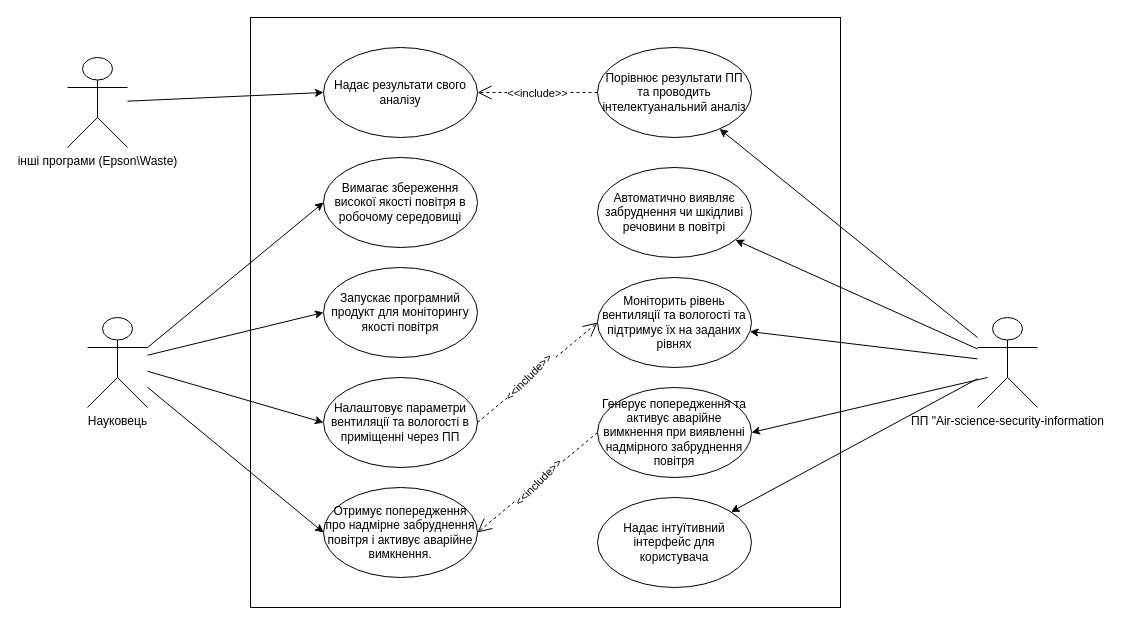
Above: 1-SoftwareRequirements/1.3-SoftwareUserRequirements/1.3.3-UseCaseDiagram/use_case_diagram.drawio in oleksandrblazhko/ai-215-filimonova (draw.io), before the change. Source tidied: cells renumbered, new cells numbered last; positions are measured from the earlier drawing's top-left corner, leaving out a move shared by most shapes. Both pictures are drawn from the tidied source at 100%, with x=0, y=0 at pixel (67, 17).
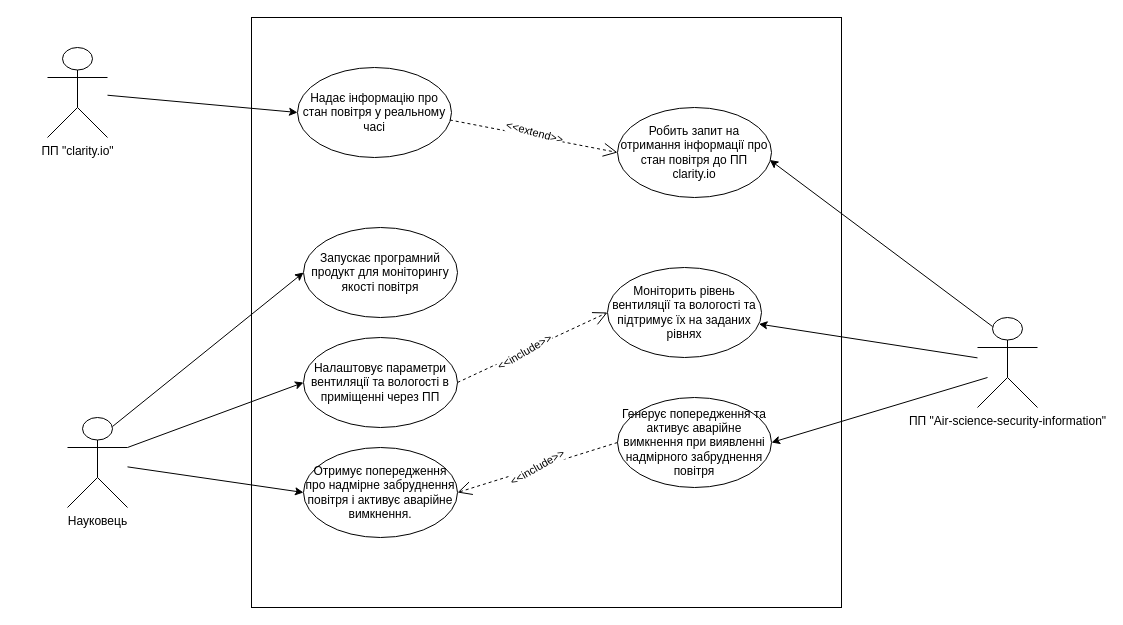
After the change.

The change refers to these unchanged cells:
```xml
<mxCell id="28" style="endArrow=open;endSize=12;dashed=1;html=1;rounded=0;entryX=1;entryY=0.5;entryDx=0;entryDy=0;exitX=0;exitY=0.5;exitDx=0;exitDy=0;" parent="1" edge="1" source="11" target="8">
  <mxGeometry relative="1" as="geometry" />
</mxCell>
<mxCell id="30" style="endArrow=open;endSize=12;dashed=1;html=1;rounded=0;entryX=0;entryY=0.5;entryDx=0;entryDy=0;exitX=1;exitY=0.5;exitDx=0;exitDy=0;" parent="1" edge="1" source="7" target="10">
  <mxGeometry relative="1" as="geometry" />
</mxCell>
```

Diff of the diagram source:
```diff
@@
     <mxCell id="2" style="whiteSpace=wrap;html=1;" parent="1" vertex="1">
-      <mxGeometry x="183" width="590" height="590" as="geometry" />
+      <mxGeometry x="184" width="590" height="590" as="geometry" />
     </mxCell>
     <mxCell id="3" value="Науковець" style="shape=umlActor;verticalLabelPosition=bottom;verticalAlign=top;html=1;outlineConnect=0;" parent="1" vertex="1">
-      <mxGeometry x="20" y="300" width="60" height="90" as="geometry" />
+      <mxGeometry y="400" width="60" height="90" as="geometry" />
     </mxCell>
-    <mxCell id="4" value="ПП &quot;Air-science-security-information" style="shape=umlActor;verticalLabelPosition=bottom;verticalAlign=top;html=1;outlineConnect=0;" parent="1" vertex="1">
+    <mxCell id="4" value="ПП &quot;Air-science-security-information&quot;" style="shape=umlActor;verticalLabelPosition=bottom;verticalAlign=top;html=1;outlineConnect=0;" parent="1" vertex="1">
       <mxGeometry x="910" y="300" width="60" height="90" as="geometry" />
     </mxCell>
-    <mxCell id="5" value="Вимагає збереження високої якості повітря в робочому середовищі" style="ellipse;whiteSpace=wrap;html=1;" parent="1" vertex="1">
-      <mxGeometry x="256" y="140" width="154" height="90" as="geometry" />
-    </mxCell>
     <mxCell id="6" value="Запускає програмний продукт для моніторингу якості повітря" style="ellipse;whiteSpace=wrap;html=1;" parent="1" vertex="1">
-      <mxGeometry x="256" y="250" width="154" height="90" as="geometry" />
+      <mxGeometry x="236" y="210" width="154" height="90" as="geometry" />
     </mxCell>
     <mxCell id="7" value="Налаштовує параметри вентиляції та вологості в приміщенні через ПП" style="ellipse;whiteSpace=wrap;html=1;" parent="1" vertex="1">
-      <mxGeometry x="256" y="360" width="154" height="90" as="geometry" />
+      <mxGeometry x="236" y="320" width="154" height="90" as="geometry" />
     </mxCell>
     <mxCell id="8" value="Отримує попередження про надмірне забруднення повітря і активує аварійне вимкнення." style="ellipse;whiteSpace=wrap;html=1;" parent="1" vertex="1">
-      <mxGeometry x="256" y="470" width="154" height="90" as="geometry" />
+      <mxGeometry x="236" y="430" width="154" height="90" as="geometry" />
     </mxCell>
-    <mxCell id="9" value="Автоматично виявляє забруднення чи шкідливі речовини в повітрі" style="ellipse;whiteSpace=wrap;html=1;" parent="1" vertex="1">
-      <mxGeometry x="530" y="150" width="154" height="90" as="geometry" />
-    </mxCell>
     <mxCell id="10" value="Моніторить рівень вентиляції та вологості та підтримує їх на заданих рівнях" style="ellipse;whiteSpace=wrap;html=1;" parent="1" vertex="1">
-      <mxGeometry x="530" y="260" width="154" height="90" as="geometry" />
+      <mxGeometry x="540" y="250" width="154" height="90" as="geometry" />
     </mxCell>
     <mxCell id="11" value="Генерує попередження та активує аварійне вимкнення при виявленні надмірного забруднення повітря" style="ellipse;whiteSpace=wrap;html=1;" parent="1" vertex="1">
-      <mxGeometry x="530" y="370" width="154" height="90" as="geometry" />
+      <mxGeometry x="550" y="380" width="154" height="90" as="geometry" />
     </mxCell>
-    <mxCell id="12" value="Надає інтуїтивний інтерфейс для користувача" style="ellipse;whiteSpace=wrap;html=1;" parent="1" vertex="1">
-      <mxGeometry x="530" y="480" width="154" height="90" as="geometry" />
-    </mxCell>
-    <mxCell id="13" value="інші програми (Epson\Waste)" style="shape=umlActor;verticalLabelPosition=bottom;verticalAlign=top;html=1;outlineConnect=0;" parent="1" vertex="1">
-      <mxGeometry y="40" width="60" height="90" as="geometry" />
-    </mxCell>
-    <mxCell id="14" value="Порівнює результати ПП та проводить інтелектуанальний аналіз" style="ellipse;whiteSpace=wrap;html=1;" parent="1" vertex="1">
-      <mxGeometry x="530" y="30" width="154" height="90" as="geometry" />
-    </mxCell>
-    <mxCell id="15" style="endArrow=classic;html=1;rounded=0;" parent="1" edge="1" source="4" target="12">
-      <mxGeometry relative="1" as="geometry" />
-    </mxCell>
-    <mxCell id="16" style="endArrow=classic;html=1;rounded=0;" parent="1" edge="1" source="4" target="9">
-      <mxGeometry relative="1" as="geometry" />
-    </mxCell>
@@
-    <mxCell id="19" style="endArrow=classic;html=1;rounded=0;" parent="1" edge="1" target="14">
-      <mxGeometry relative="1" as="geometry">
-        <mxPoint x="910" y="320" as="sourcePoint" />
-      </mxGeometry>
-    </mxCell>
-    <mxCell id="20" value="Надає результати свого аналізу" style="ellipse;whiteSpace=wrap;html=1;" parent="1" vertex="1">
-      <mxGeometry x="256" y="30" width="154" height="90" as="geometry" />
-    </mxCell>
-    <mxCell id="21" style="endArrow=open;endSize=12;dashed=1;html=1;rounded=0;entryX=1;entryY=0.5;entryDx=0;entryDy=0;exitX=0;exitY=0.5;exitDx=0;exitDy=0;" parent="1" edge="1" source="14" target="20">
-      <mxGeometry relative="1" as="geometry" />
-    </mxCell>
-    <mxCell id="22" value="&amp;lt;&amp;lt;include&amp;gt;&amp;gt;" style="edgeLabel;html=1;align=center;verticalAlign=middle;" parent="21" vertex="1">
-      <mxGeometry x="0.01" y="2" relative="1" as="geometry">
-        <mxPoint y="-2" as="offset" />
-      </mxGeometry>
-    </mxCell>
-    <mxCell id="23" style="endArrow=classic;html=1;rounded=0;entryX=0;entryY=0.5;entryDx=0;entryDy=0;" parent="1" edge="1" source="13" target="20">
-      <mxGeometry relative="1" as="geometry" />
-    </mxCell>
-    <mxCell id="24" style="endArrow=classic;html=1;rounded=0;entryX=0;entryY=0.5;entryDx=0;entryDy=0;" parent="1" edge="1" source="3" target="6">
+    <mxCell id="24" style="endArrow=classic;html=1;rounded=0;entryX=0;entryY=0.5;entryDx=0;entryDy=0;exitX=0.75;exitY=0.1;exitDx=0;exitDy=0;exitPerimeter=0;" parent="1" edge="1" source="3" target="6">
       <mxGeometry relative="1" as="geometry" />
     </mxCell>
-    <mxCell id="25" style="endArrow=classic;html=1;rounded=0;entryX=0;entryY=0.5;entryDx=0;entryDy=0;" parent="1" edge="1" source="3" target="7">
+    <mxCell id="25" style="endArrow=classic;html=1;rounded=0;entryX=0;entryY=0.5;entryDx=0;entryDy=0;exitX=1;exitY=0.3333333333333333;exitDx=0;exitDy=0;exitPerimeter=0;" parent="1" edge="1" source="3" target="7">
       <mxGeometry relative="1" as="geometry" />
     </mxCell>
@@
-    <mxCell id="27" style="endArrow=classic;html=1;rounded=0;entryX=0;entryY=0.5;entryDx=0;entryDy=0;exitX=1;exitY=0.3333333333333333;exitDx=0;exitDy=0;exitPerimeter=0;" parent="1" edge="1" source="3" target="5">
-      <mxGeometry relative="1" as="geometry" />
-    </mxCell>
@@
-    <mxCell id="29" value="&amp;lt;&amp;lt;include&amp;gt;&amp;gt;" style="edgeLabel;html=1;align=center;verticalAlign=middle;rotation=-45;" parent="28" vertex="1">
+    <mxCell id="29" value="&amp;lt;&amp;lt;include&amp;gt;&amp;gt;" style="edgeLabel;html=1;align=center;verticalAlign=middle;rotation=-30;" parent="28" vertex="1">
       <mxGeometry x="0.01" y="2" relative="1" as="geometry">
         <mxPoint y="-2" as="offset" />
       </mxGeometry>
     </mxCell>
@@
-    <mxCell id="31" value="&amp;lt;&amp;lt;include&amp;gt;&amp;gt;" style="edgeLabel;html=1;align=center;verticalAlign=middle;rotation=-45;" parent="30" vertex="1">
+    <mxCell id="31" value="&amp;lt;&amp;lt;include&amp;gt;&amp;gt;" style="edgeLabel;html=1;align=center;verticalAlign=middle;rotation=-30;" parent="30" vertex="1">
       <mxGeometry x="0.01" y="2" relative="1" as="geometry">
         <mxPoint x="-9" y="7" as="offset" />
       </mxGeometry>
     </mxCell>
+    <mxCell id="32" value="ПП &quot;clarity.io&quot;" style="shape=umlActor;verticalLabelPosition=bottom;verticalAlign=top;html=1;outlineConnect=0;" parent="1" vertex="1">
+      <mxGeometry x="-20" y="30" width="60" height="90" as="geometry" />
+    </mxCell>
+    <mxCell id="33" value="Надає інформацію про стан повітря у реальному часі" style="ellipse;whiteSpace=wrap;html=1;" parent="1" vertex="1">
+      <mxGeometry x="230" y="50" width="154" height="90" as="geometry" />
+    </mxCell>
+    <mxCell id="34" style="endArrow=classic;html=1;rounded=0;entryX=0;entryY=0.5;entryDx=0;entryDy=0;" parent="1" edge="1" source="32" target="33">
+      <mxGeometry relative="1" as="geometry" />
+    </mxCell>
+    <mxCell id="35" style="endArrow=open;endSize=12;dashed=1;html=1;rounded=0;entryX=0;entryY=0.5;entryDx=0;entryDy=0;exitX=0.989;exitY=0.583;exitDx=0;exitDy=0;exitPerimeter=0;" parent="1" edge="1" source="33" target="37">
+      <mxGeometry relative="1" as="geometry" />
+    </mxCell>
+    <mxCell id="36" value="&amp;lt;&amp;lt;extend&amp;gt;&amp;gt;" style="edgeLabel;html=1;align=center;verticalAlign=middle;rotation=15;" parent="35" vertex="1">
+      <mxGeometry x="0.01" y="2" relative="1" as="geometry">
+        <mxPoint y="-2" as="offset" />
+      </mxGeometry>
+    </mxCell>
+    <mxCell id="37" value="Робить запит на отримання інформації про стан повітря до ПП clarity.io" style="ellipse;whiteSpace=wrap;html=1;" parent="1" vertex="1">
+      <mxGeometry x="550" y="90" width="154" height="90" as="geometry" />
+    </mxCell>
+    <mxCell id="38" style="endArrow=classic;html=1;rounded=0;entryX=0.989;entryY=0.583;entryDx=0;entryDy=0;entryPerimeter=0;exitX=0.25;exitY=0.1;exitDx=0;exitDy=0;exitPerimeter=0;" parent="1" edge="1" source="4" target="37">
+      <mxGeometry relative="1" as="geometry" />
+    </mxCell>
```
